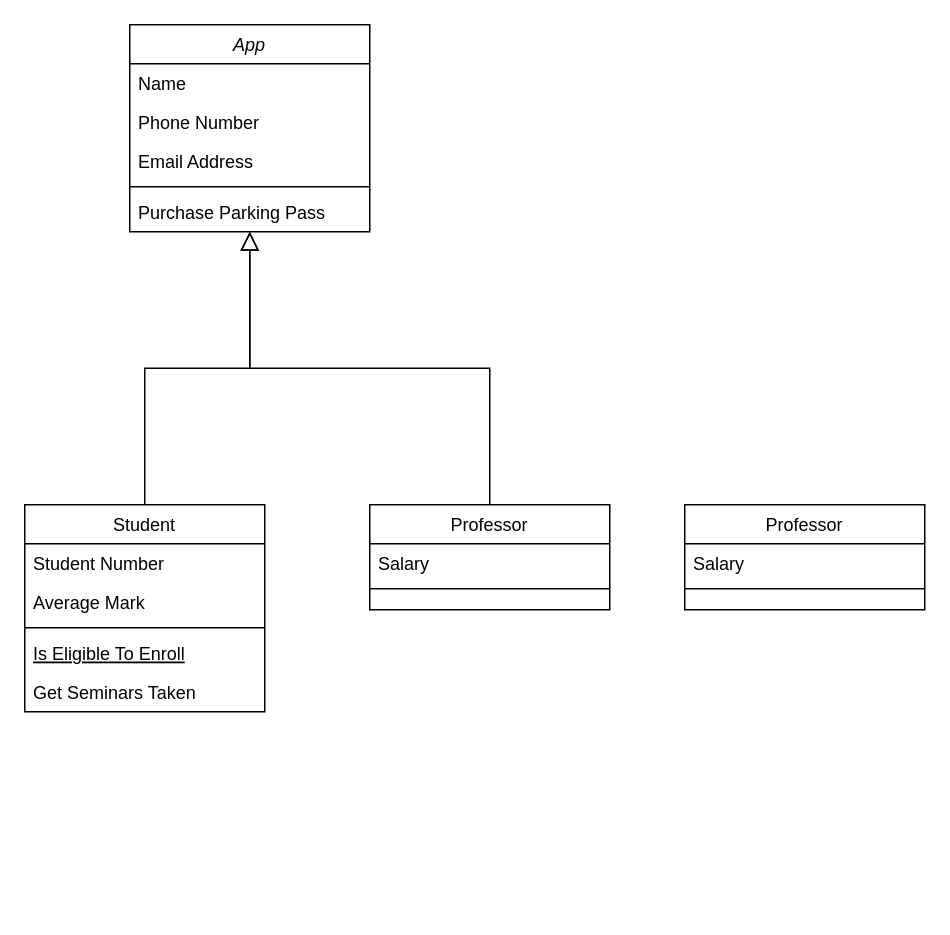
Above: class.drawio in kevincardenas990/random_restaurant (draw.io), before the change. Source tidied: cells renumbered, new cells numbered last; positions are measured from the earlier drawing's top-left corner, leaving out a move shared by most shapes. Both pictures are drawn from the tidied source at 150%, with x=0, y=0 at pixel (24, 24).
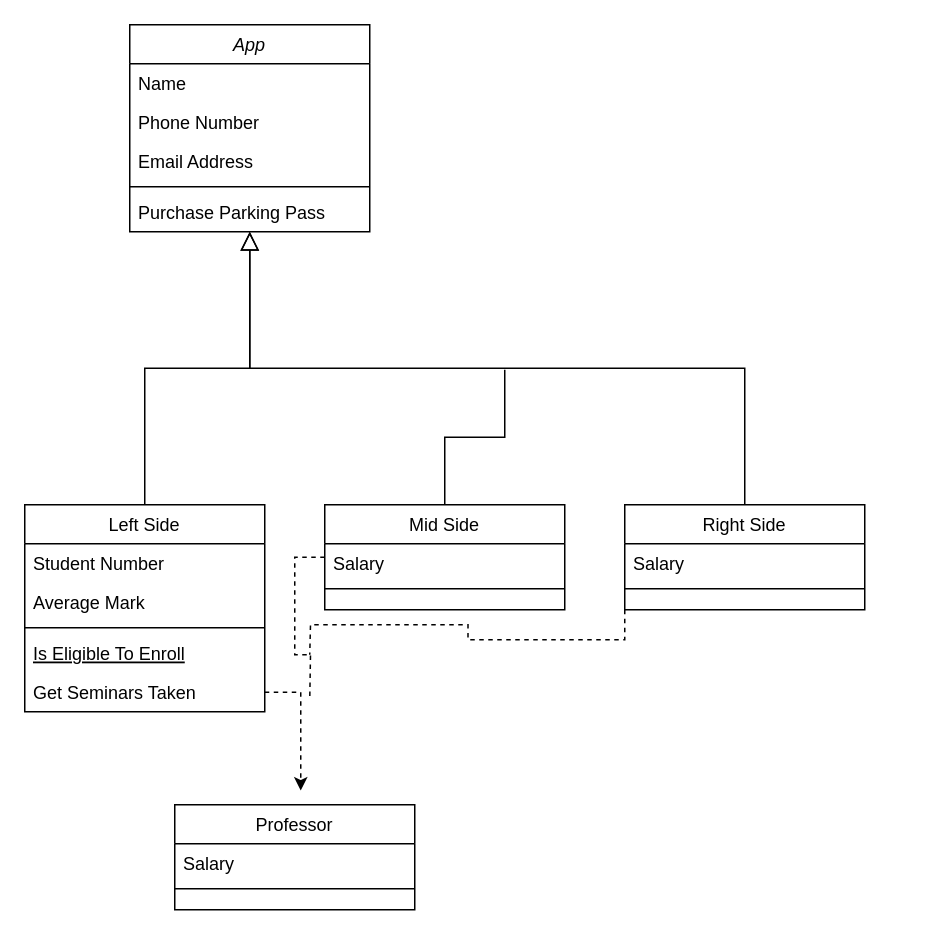
Above is the later version.

Unchanged cells that the change refers to:
```xml
<mxCell id="2" value="App" style="swimlane;fontStyle=2;align=center;verticalAlign=top;horizontal=1;startSize=26;rounded=0;shadow=0;strokeWidth=1;" parent="1" vertex="1">
  <mxGeometry x="70" width="160" height="138" as="geometry" />
</mxCell>
<mxCell id="13" value="Get Seminars Taken" style="text;align=left;verticalAlign=top;spacingLeft=4;spacingRight=4;overflow=hidden;points=[[0,0.5],[1,0.5]];portConstraint=eastwest;" parent="8" vertex="1">
  <mxGeometry y="112" width="160" height="26" as="geometry" />
</mxCell>
```

The edit, as a diff of the source:
```diff
@@
-    <mxCell id="8" value="Student" style="swimlane;fontStyle=0;align=center;verticalAlign=top;horizontal=1;startSize=26;rounded=0;shadow=0;strokeWidth=1;" parent="1" vertex="1">
+    <mxCell id="8" value="Left Side&#10;" style="swimlane;fontStyle=0;align=center;verticalAlign=top;horizontal=1;startSize=26;rounded=0;shadow=0;strokeWidth=1;" parent="1" vertex="1">
       <mxGeometry y="320" width="160" height="138" as="geometry" />
     </mxCell>
@@
+    <mxCell id="22" style="edgeStyle=orthogonalEdgeStyle;rounded=0;jettySize=auto;html=1;exitX=0;exitY=1;exitDx=0;exitDy=0;endArrow=none;endFill=0;dashed=1;" parent="1" edge="1" source="15">
+      <mxGeometry relative="1" as="geometry">
+        <mxPoint x="190" y="420" as="targetPoint" />
+      </mxGeometry>
+    </mxCell>
-    <mxCell id="15" value="Professor" style="swimlane;fontStyle=0;align=center;verticalAlign=top;horizontal=1;startSize=26;rounded=0;shadow=0;strokeWidth=1;" parent="1" vertex="1">
-      <mxGeometry x="230" y="320" width="160" height="70" as="geometry" />
+    <mxCell id="15" value="Right Side" style="swimlane;fontStyle=0;align=center;verticalAlign=top;horizontal=1;startSize=26;rounded=0;shadow=0;strokeWidth=1;" parent="1" vertex="1">
+      <mxGeometry x="400" y="320" width="160" height="70" as="geometry" />
     </mxCell>
@@
     <mxCell id="18" style="endArrow=block;endSize=10;endFill=0;shadow=0;strokeWidth=1;rounded=0;edgeStyle=elbowEdgeStyle;elbow=vertical;" parent="1" edge="1" source="15" target="2">
-      <mxGeometry relative="1" as="geometry" />
+      <mxGeometry relative="1" as="geometry">
+        <Array as="points">
+          <mxPoint x="320" y="229" />
+        </Array>
+      </mxGeometry>
     </mxCell>
     <mxCell id="19" value="Professor" style="swimlane;fontStyle=0;align=center;verticalAlign=top;horizontal=1;startSize=26;rounded=0;shadow=0;strokeWidth=1;" parent="1" vertex="1">
-      <mxGeometry x="440" y="320" width="160" height="70" as="geometry" />
+      <mxGeometry x="100" y="520" width="160" height="70" as="geometry" />
     </mxCell>
@@
+    <mxCell id="23" style="edgeStyle=orthogonalEdgeStyle;rounded=0;jettySize=auto;html=1;exitX=0.5;exitY=0;exitDx=0;exitDy=0;endArrow=none;endFill=0;" parent="1" edge="1" source="25">
+      <mxGeometry relative="1" as="geometry">
+        <mxPoint x="320" y="230" as="targetPoint" />
+        <Array as="points">
+          <mxPoint x="280" y="275" />
+          <mxPoint x="320" y="275" />
+        </Array>
+      </mxGeometry>
+    </mxCell>
+    <mxCell id="24" style="edgeStyle=orthogonalEdgeStyle;rounded=0;jettySize=auto;html=1;endArrow=none;endFill=0;dashed=1;" parent="1" edge="1" source="25">
+      <mxGeometry relative="1" as="geometry">
+        <mxPoint x="190" y="450" as="targetPoint" />
+      </mxGeometry>
+    </mxCell>
+    <mxCell id="25" value="Mid Side&#10;" style="swimlane;fontStyle=0;align=center;verticalAlign=top;horizontal=1;startSize=26;rounded=0;shadow=0;strokeWidth=1;" parent="1" vertex="1">
+      <mxGeometry x="200" y="320" width="160" height="70" as="geometry" />
+    </mxCell>
+    <mxCell id="26" value="Salary" style="text;align=left;verticalAlign=top;spacingLeft=4;spacingRight=4;overflow=hidden;" parent="25" vertex="1">
+      <mxGeometry y="26" width="160" height="26" as="geometry" />
+    </mxCell>
+    <mxCell id="27" style="line;html=1;strokeWidth=1;align=left;verticalAlign=middle;spacingTop=-1;spacingLeft=3;spacingRight=3;labelPosition=right;" parent="25" vertex="1">
+      <mxGeometry y="52" width="160" height="8" as="geometry" />
+    </mxCell>
+    <mxCell id="28" style="edgeStyle=orthogonalEdgeStyle;rounded=0;jettySize=auto;html=1;dashed=1;entryX=0.525;entryY=-0.135;entryDx=0;entryDy=0;entryPerimeter=0;" parent="1" edge="1" source="13" target="19">
+      <mxGeometry relative="1" as="geometry" />
+    </mxCell>
```
